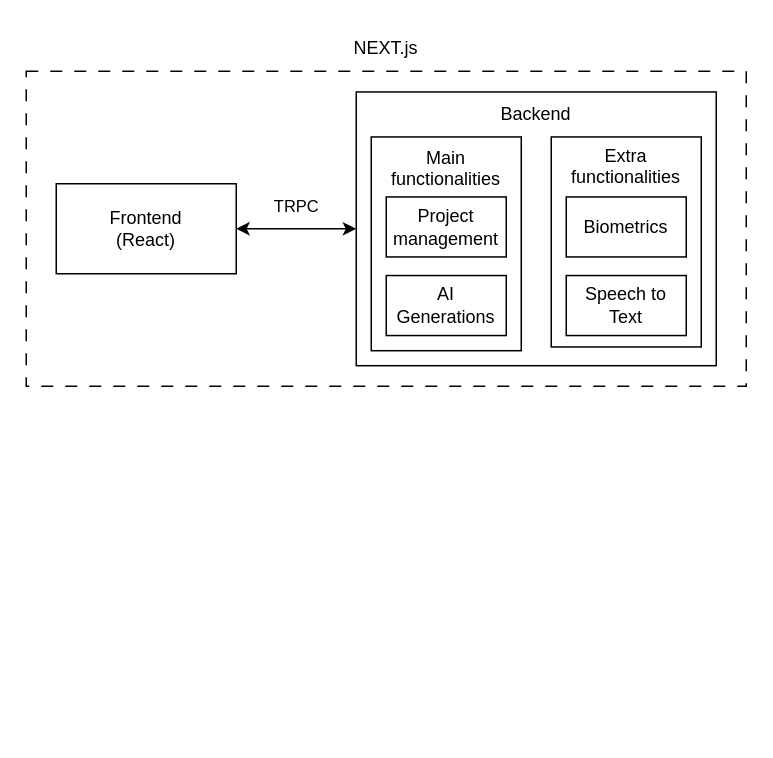
Above: architecture.drawio in Apantli/Tenor (draw.io), before the change. Source tidied: cells renumbered, new cells numbered last; positions are measured from the earlier drawing's top-left corner, leaving out a move shared by most shapes. Both pictures are drawn from the tidied source at 150%, with x=0, y=0 at pixel (26, 26).
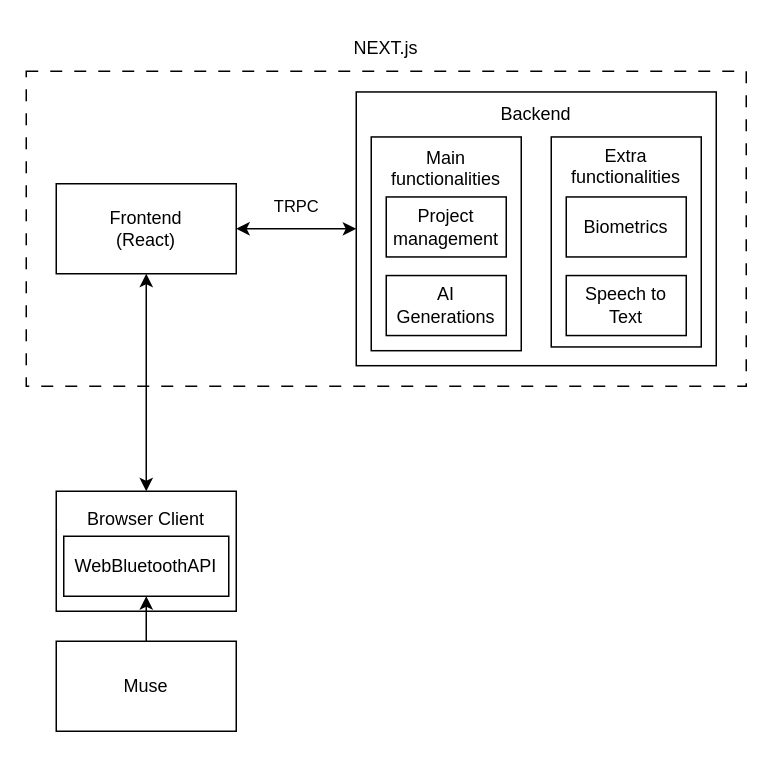
The same page after the edit.

Diff of the diagram source:
```diff
@@
 <mxGraphModel>
   <root>
     <mxCell id="0" />
     <mxCell id="1" parent="0" />
     <mxCell id="2" style="rounded=0;whiteSpace=wrap;html=1;fillColor=none;dashed=1;dashPattern=8 8;" parent="1" vertex="1">
       <mxGeometry y="30" width="480" height="210" as="geometry" />
     </mxCell>
+    <mxCell id="14" style="edgeStyle=orthogonalEdgeStyle;rounded=0;jettySize=auto;html=1;entryX=0.5;entryY=0;entryDx=0;entryDy=0;startArrow=classic;startFill=1;" parent="1" edge="1" source="3" target="15">
+      <mxGeometry relative="1" as="geometry" />
+    </mxCell>
     <mxCell id="3" value="Frontend&lt;div&gt;(React)&lt;/div&gt;" style="rounded=0;whiteSpace=wrap;html=1;" parent="1" vertex="1">
       <mxGeometry x="20" y="105" width="120" height="60" as="geometry" />
     </mxCell>
     <mxCell id="4" style="rounded=0;whiteSpace=wrap;html=1;" parent="1" vertex="1">
       <mxGeometry x="220" y="43.8" width="240" height="182.5" as="geometry" />
     </mxCell>
     <mxCell id="5" value="NEXT.js" style="text;html=1;align=center;verticalAlign=middle;whiteSpace=wrap;rounded=0;" parent="1" vertex="1">
       <mxGeometry x="210" width="60" height="30" as="geometry" />
     </mxCell>
     <mxCell id="6" value="TRPC" style="endArrow=classic;startArrow=classic;html=1;rounded=0;exitX=1;exitY=0.5;exitDx=0;exitDy=0;entryX=0;entryY=0.5;entryDx=0;entryDy=0;" parent="1" edge="1" source="3" target="4">
       <mxGeometry y="15" relative="1" as="geometry" />
     </mxCell>
     <mxCell id="7" value="Backend" style="text;html=1;align=center;verticalAlign=middle;whiteSpace=wrap;rounded=0;" parent="1" vertex="1">
       <mxGeometry x="310" y="43.8" width="60" height="30" as="geometry" />
     </mxCell>
     <mxCell id="8" value="Main functionalities&lt;div&gt;&lt;br&gt;&lt;/div&gt;&lt;div&gt;&lt;br&gt;&lt;/div&gt;&lt;div&gt;&lt;br&gt;&lt;/div&gt;&lt;div&gt;&lt;br&gt;&lt;/div&gt;&lt;div&gt;&lt;br&gt;&lt;/div&gt;&lt;div&gt;&lt;br&gt;&lt;/div&gt;&lt;div&gt;&lt;br&gt;&lt;/div&gt;" style="rounded=0;whiteSpace=wrap;html=1;" parent="1" vertex="1">
       <mxGeometry x="230" y="73.8" width="100" height="142.5" as="geometry" />
     </mxCell>
     <mxCell id="9" value="Extra functionalities&lt;div&gt;&lt;br&gt;&lt;/div&gt;&lt;div&gt;&lt;br&gt;&lt;/div&gt;&lt;div&gt;&lt;br&gt;&lt;/div&gt;&lt;div&gt;&lt;br&gt;&lt;/div&gt;&lt;div&gt;&lt;br&gt;&lt;/div&gt;&lt;div&gt;&lt;br&gt;&lt;/div&gt;&lt;div&gt;&lt;br&gt;&lt;/div&gt;" style="rounded=0;whiteSpace=wrap;html=1;" parent="1" vertex="1">
       <mxGeometry x="350" y="73.8" width="100" height="140" as="geometry" />
     </mxCell>
     <mxCell id="10" value="Biometrics" style="rounded=0;whiteSpace=wrap;html=1;" parent="1" vertex="1">
       <mxGeometry x="360" y="113.8" width="80" height="40" as="geometry" />
     </mxCell>
     <mxCell id="11" value="&lt;div&gt;Speech to Text&lt;/div&gt;" style="rounded=0;whiteSpace=wrap;html=1;" parent="1" vertex="1">
       <mxGeometry x="360" y="166.2" width="80" height="40" as="geometry" />
     </mxCell>
     <mxCell id="12" value="Project management" style="rounded=0;whiteSpace=wrap;html=1;" parent="1" vertex="1">
       <mxGeometry x="240" y="113.8" width="80" height="40" as="geometry" />
     </mxCell>
     <mxCell id="13" value="&lt;div&gt;AI Generations&lt;/div&gt;" style="rounded=0;whiteSpace=wrap;html=1;" parent="1" vertex="1">
       <mxGeometry x="240" y="166.2" width="80" height="40" as="geometry" />
     </mxCell>
+    <mxCell id="15" value="Browser Client&lt;div&gt;&lt;br&gt;&lt;/div&gt;&lt;div&gt;&lt;br&gt;&lt;/div&gt;&lt;div&gt;&lt;br&gt;&lt;/div&gt;" style="rounded=0;whiteSpace=wrap;html=1;" parent="1" vertex="1">
+      <mxGeometry x="20" y="310" width="120" height="80" as="geometry" />
+    </mxCell>
+    <mxCell id="16" value="WebBluetoothAPI" style="rounded=0;whiteSpace=wrap;html=1;" parent="1" vertex="1">
+      <mxGeometry x="25" y="340" width="110" height="40" as="geometry" />
+    </mxCell>
+    <mxCell id="17" style="edgeStyle=orthogonalEdgeStyle;rounded=0;jettySize=auto;html=1;" parent="1" edge="1" source="18" target="16">
+      <mxGeometry relative="1" as="geometry" />
+    </mxCell>
+    <mxCell id="18" value="Muse" style="rounded=0;whiteSpace=wrap;html=1;" parent="1" vertex="1">
+      <mxGeometry x="20" y="410" width="120" height="60" as="geometry" />
+    </mxCell>
   </root>
 </mxGraphModel>
```
